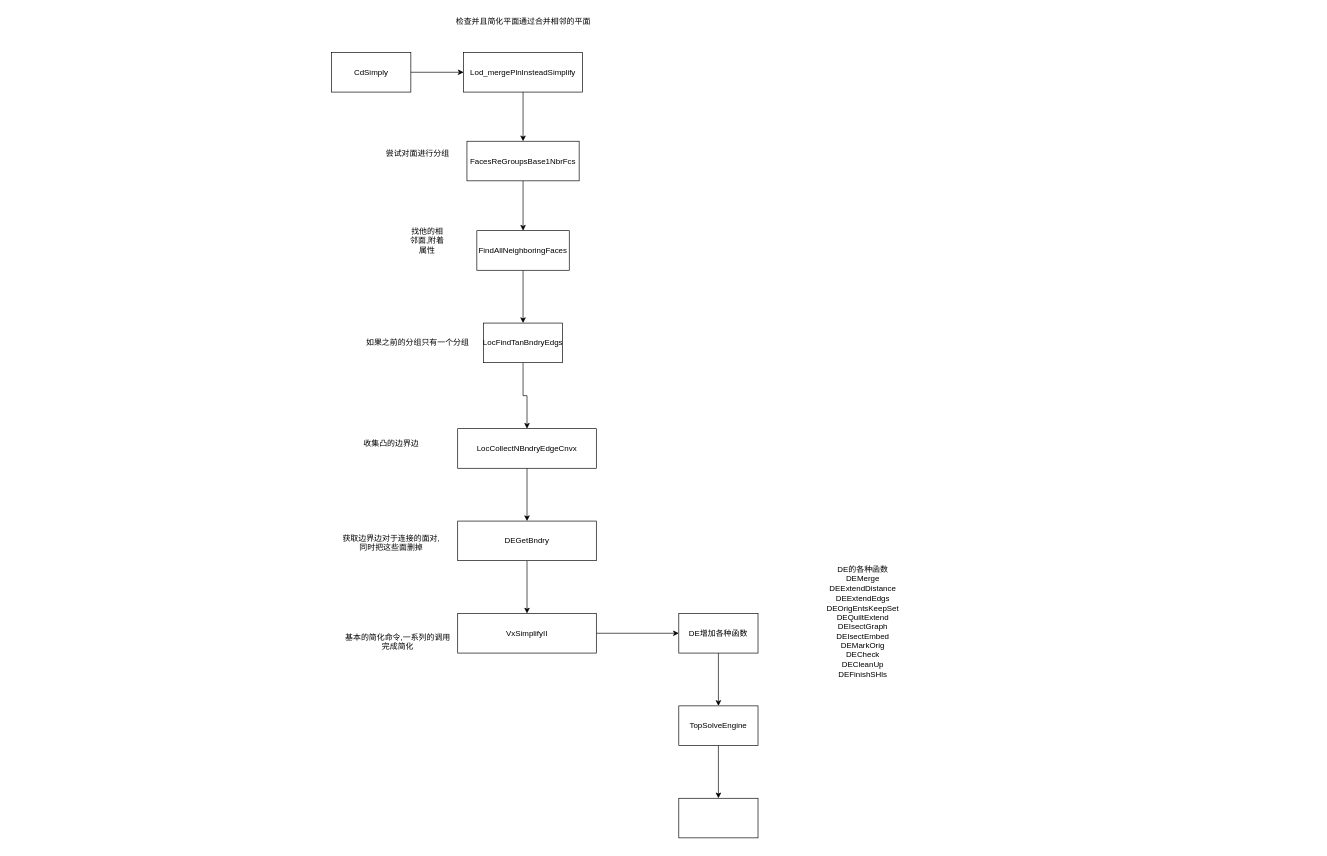
studyrohan/BSpline_learn keeps this draw.io diagram as 绘图记录/DE simply.drawio. Above is the earlier version. Source tidied: cells renumbered, new cells numbered last; positions are measured from the earlier drawing's top-left corner, leaving out a move shared by most shapes. Both pictures are drawn from the tidied source at 66%, with x=0, y=0 at pixel (331, 11).
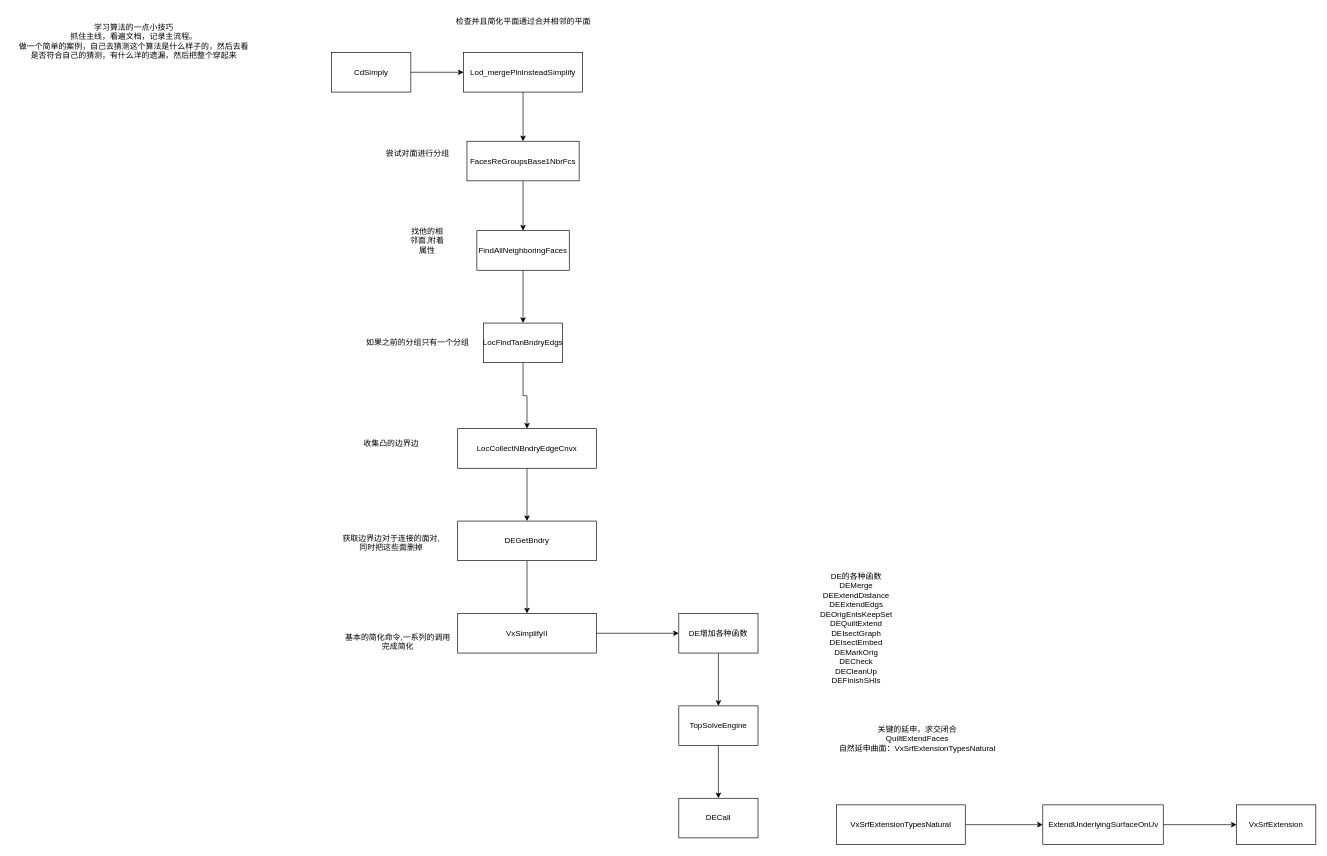
Above is the later version.

Change to the diagram source:
```diff
@@
     <mxCell id="29" value="DE的各种函数&lt;div&gt;DEMerge&lt;/div&gt;&lt;div&gt;DEExtendDistance&lt;/div&gt;&lt;div&gt;DEExtendEdgs&lt;/div&gt;&lt;div&gt;DEOrigEntsKeepSet&lt;/div&gt;&lt;div&gt;DEQuiltExtend&lt;/div&gt;&lt;div&gt;DEIsectGraph&lt;/div&gt;&lt;div&gt;DEIsectEmbed&lt;/div&gt;&lt;div&gt;DEMarkOrig&lt;/div&gt;&lt;div&gt;DECheck&lt;/div&gt;&lt;div&gt;DECleanUp&lt;/div&gt;&lt;div&gt;DEFinishSHls&lt;/div&gt;&lt;div&gt;&lt;br&gt;&lt;/div&gt;" style="text;html=1;align=center;verticalAlign=middle;whiteSpace=wrap;rounded=0;" parent="1" vertex="1">
-      <mxGeometry x="710" y="812" width="190" height="240" as="geometry" />
+      <mxGeometry x="700" y="822" width="190" height="240" as="geometry" />
     </mxCell>
-    <mxCell id="30" style="whiteSpace=wrap;html=1;rounded=0;" parent="1" vertex="1">
+    <mxCell id="30" value="DECall" style="whiteSpace=wrap;html=1;rounded=0;" parent="1" vertex="1">
       <mxGeometry x="526" y="1192" width="120" height="60" as="geometry" />
     </mxCell>
+    <mxCell id="31" value="关键的延申，求交闭合&lt;div&gt;QuiltExtendFaces&lt;/div&gt;&lt;div&gt;自然延申曲面：VxSrfExtensionTypesNatural&lt;/div&gt;" style="text;html=1;align=center;verticalAlign=middle;whiteSpace=wrap;rounded=0;" parent="1" vertex="1">
+      <mxGeometry x="765" y="1072" width="245" height="60" as="geometry" />
+    </mxCell>
+    <mxCell id="32" value="学习算法的一点小技巧&lt;div&gt;抓住主线，看遍文档，记录主流程。&lt;/div&gt;&lt;div&gt;做一个简单的案例，自己去猜测这个算法是什么样子的，然后去看&lt;/div&gt;&lt;div&gt;是否符合自己的猜测，有什么洋的遗漏，然后把整个穿起来&lt;/div&gt;" style="text;html=1;align=center;verticalAlign=middle;strokeColor=none;fillColor=none;" parent="1" vertex="1">
+      <mxGeometry x="-485" y="10" width="370" height="70" as="geometry" />
+    </mxCell>
+    <mxCell id="33" style="edgeStyle=orthogonalEdgeStyle;rounded=0;jettySize=auto;html=1;" parent="1" edge="1" source="34" target="36">
+      <mxGeometry relative="1" as="geometry" />
+    </mxCell>
+    <mxCell id="34" value="&lt;br&gt;&lt;span style=&quot;color: rgb(0, 0, 0); font-family: Helvetica; font-size: 12px; font-style: normal; font-variant-ligatures: normal; font-variant-caps: normal; font-weight: 400; letter-spacing: normal; orphans: 2; text-align: center; text-indent: 0px; text-transform: none; widows: 2; word-spacing: 0px; -webkit-text-stroke-width: 0px; white-space: normal; background-color: rgb(251, 251, 251); text-decoration-thickness: initial; text-decoration-style: initial; text-decoration-color: initial; float: none; display: inline !important;&quot;&gt;VxSrfExtensionTypesNatural&lt;/span&gt;&lt;div&gt;&lt;br/&gt;&lt;/div&gt;" style="rounded=0;whiteSpace=wrap;html=1;" parent="1" vertex="1">
+      <mxGeometry x="765" y="1202" width="195" height="60" as="geometry" />
+    </mxCell>
+    <mxCell id="35" style="edgeStyle=orthogonalEdgeStyle;rounded=0;jettySize=auto;html=1;" parent="1" edge="1" source="36" target="37">
+      <mxGeometry relative="1" as="geometry" />
+    </mxCell>
+    <mxCell id="36" value="ExtendUnderlyingSurfaceOnUv" style="whiteSpace=wrap;html=1;rounded=0;" parent="1" vertex="1">
+      <mxGeometry x="1077.5" y="1202" width="182.5" height="60" as="geometry" />
+    </mxCell>
+    <mxCell id="37" value="VxSrfExtension" style="whiteSpace=wrap;html=1;rounded=0;" parent="1" vertex="1">
+      <mxGeometry x="1371.2" y="1202" width="120" height="60" as="geometry" />
+    </mxCell>
```
